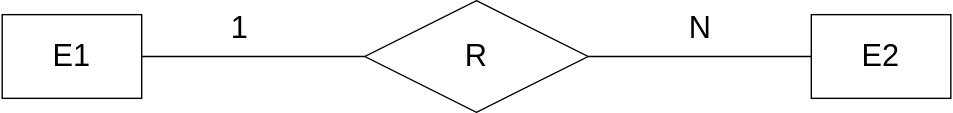
Before: er_question11.svg, a diagram exported from draw.io (listout/drawio_digs). Source tidied: cells renumbered, new cells last; positions are measured from the earlier drawing's top-left corner, leaving out a move shared by most shapes.
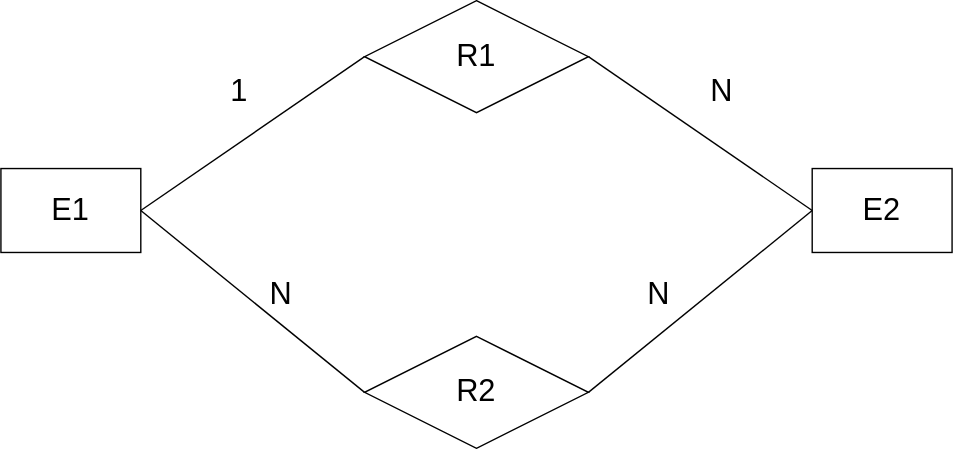
The same file after the commit.

What changed in the source:
```diff
@@ -8,8 +8,8 @@
     <mxCell id="3" value="E2" style="rounded=0;whiteSpace=wrap;html=1;fontSize=22;" parent="1" vertex="1">
       <mxGeometry x="580" y="10" width="100" height="60" as="geometry" />
     </mxCell>
-    <mxCell id="4" value="R" style="rhombus;whiteSpace=wrap;html=1;fontSize=22;" parent="1" vertex="1">
-      <mxGeometry x="260" width="160" height="80" as="geometry" />
+    <mxCell id="4" value="R1" style="rhombus;whiteSpace=wrap;html=1;fontSize=22;" parent="1" vertex="1">
+      <mxGeometry x="260" y="-110" width="160" height="80" as="geometry" />
     </mxCell>
     <mxCell id="5" style="endArrow=none;html=1;entryX=0;entryY=0.5;entryDx=0;entryDy=0;exitX=1;exitY=0.5;exitDx=0;exitDy=0;fontSize=22;" parent="1" edge="1" source="2" target="4">
       <mxGeometry relative="1" as="geometry" />
@@ -18,10 +18,25 @@
       <mxGeometry relative="1" as="geometry" />
     </mxCell>
     <mxCell id="7" value="1" style="text;html=1;align=center;verticalAlign=middle;fontSize=22;" parent="1" vertex="1">
-      <mxGeometry x="155" y="5" width="30" height="30" as="geometry" />
+      <mxGeometry x="155" y="-60" width="30" height="30" as="geometry" />
     </mxCell>
     <mxCell id="8" value="N" style="text;html=1;align=center;verticalAlign=middle;fontSize=22;" parent="1" vertex="1">
-      <mxGeometry x="485" y="5" width="30" height="30" as="geometry" />
+      <mxGeometry x="500" y="-60" width="30" height="30" as="geometry" />
     </mxCell>
+    <mxCell id="9" value="&lt;div&gt;R2&lt;/div&gt;" style="rhombus;whiteSpace=wrap;html=1;fontSize=22;" parent="1" vertex="1">
+      <mxGeometry x="260" y="130" width="160" height="80" as="geometry" />
+    </mxCell>
+    <mxCell id="10" style="endArrow=none;html=1;entryX=0;entryY=0.5;entryDx=0;entryDy=0;exitX=1;exitY=0.5;exitDx=0;exitDy=0;fontSize=22;" parent="1" edge="1" source="2" target="9">
+      <mxGeometry relative="1" as="geometry" />
+    </mxCell>
+    <mxCell id="11" style="endArrow=none;html=1;entryX=1;entryY=0.5;entryDx=0;entryDy=0;exitX=0;exitY=0.5;exitDx=0;exitDy=0;fontSize=22;" parent="1" edge="1" source="3" target="9">
+      <mxGeometry relative="1" as="geometry" />
+    </mxCell>
+    <mxCell id="12" value="N" style="text;html=1;align=center;verticalAlign=middle;fontSize=22;" parent="1" vertex="1">
+      <mxGeometry x="185" y="85" width="30" height="30" as="geometry" />
+    </mxCell>
+    <mxCell id="13" value="N" style="text;html=1;align=center;verticalAlign=middle;fontSize=22;" parent="1" vertex="1">
+      <mxGeometry x="455" y="85" width="30" height="30" as="geometry" />
+    </mxCell>
   </root>
 </mxGraphModel>
```
